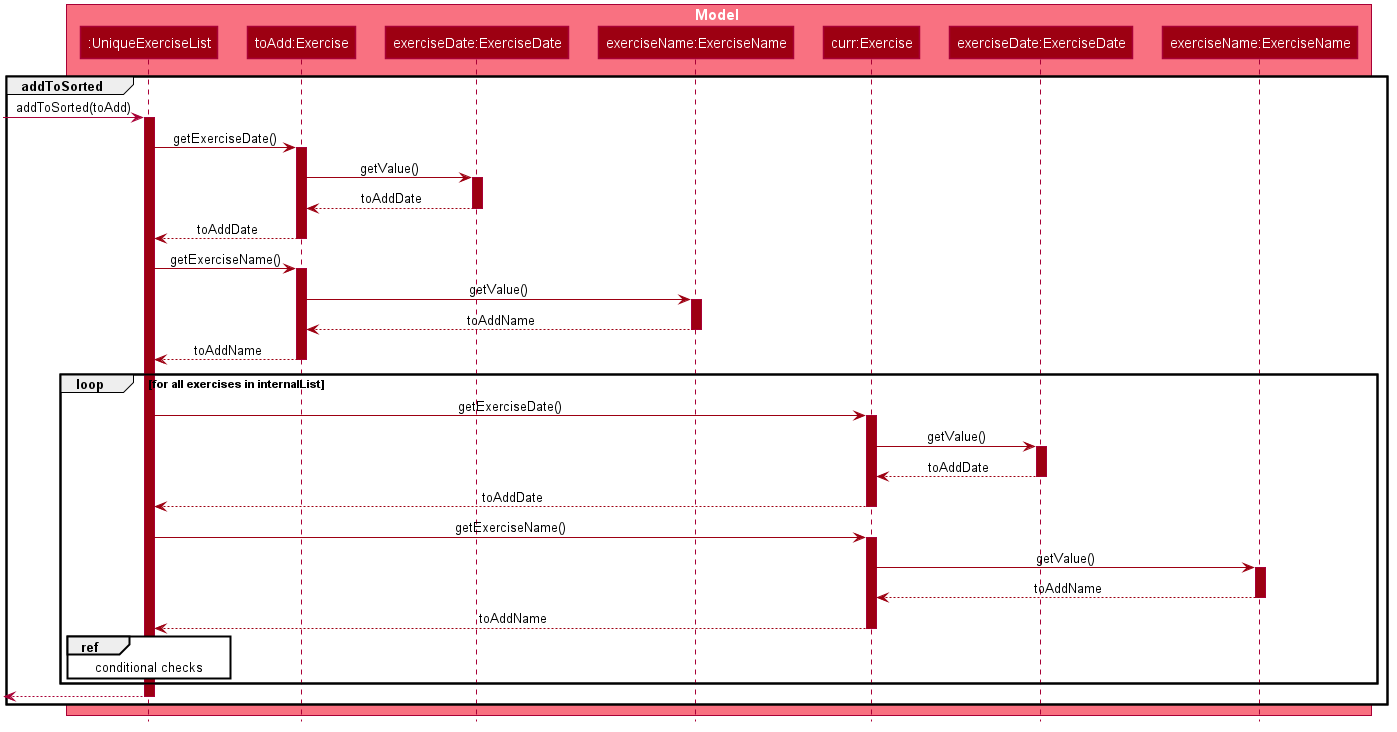
Before: docs/images/AddExerciseCommandSequenceDiagramPart2.png, a diagram exported from PlantUML (nus-cs2103-AY1920S2/addressbook-level3).
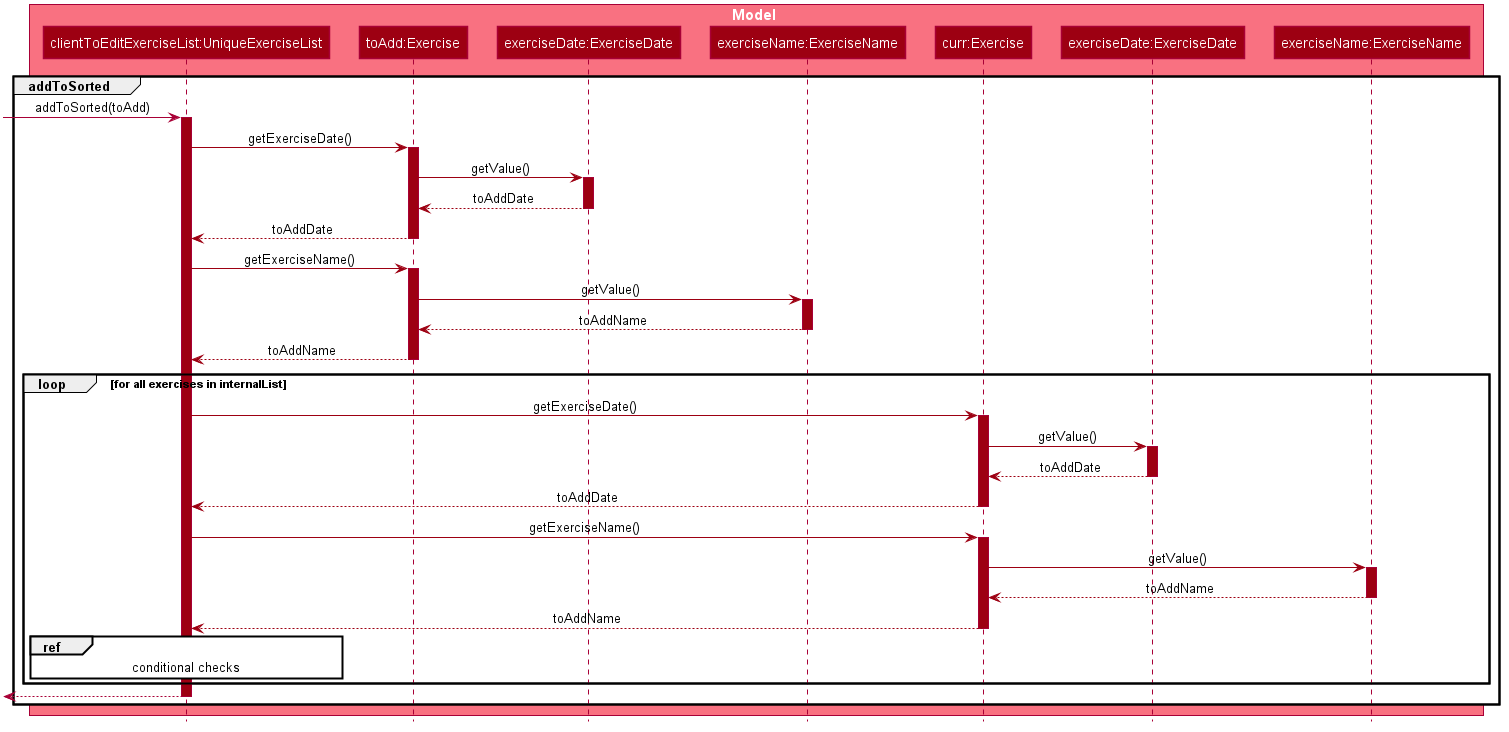
Above is the later version.

Change to the diagram source:
```diff
@@ -49,7 +49,7 @@
 hide circle
 
 box Model #F97181
-    Participant ":UniqueExerciseList" as exerciseList #9D0012
+    Participant "clientToEditExerciseList:UniqueExerciseList" as exerciseList #9D0012
     Participant "toAdd:Exercise" as toAddExercise #9D0012
     Participant "exerciseDate:ExerciseDate" as toAddExerciseDate #9D0012
     Participant "exerciseName:ExerciseName" as toAddExerciseName #9D0012
```
